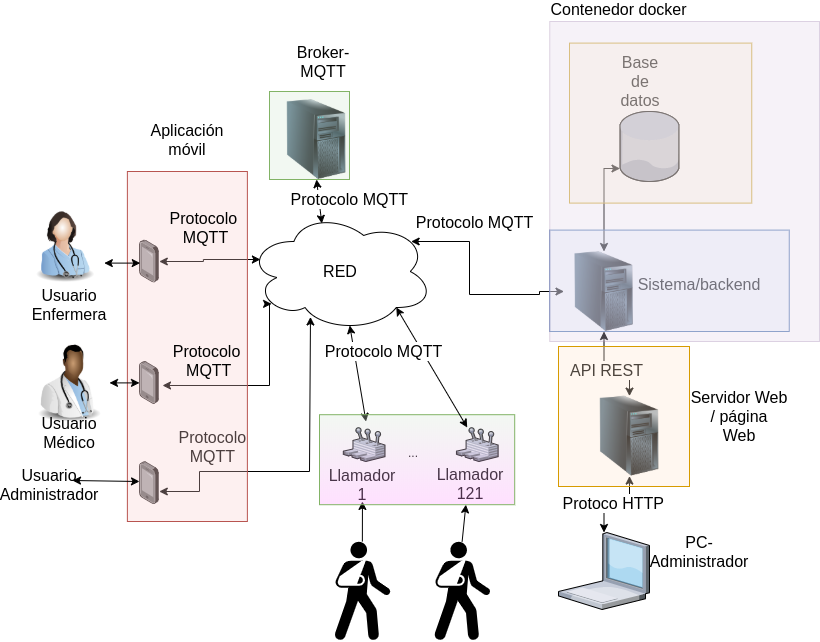
The draw.io diagram Figures/DiagramaSistemaOrganizado.png in gustavobastian/MemoriaTP, before a commit. Source tidied: cells renumbered, new cells last; positions are measured from the earlier drawing's top-left corner, leaving out a move shared by most shapes.
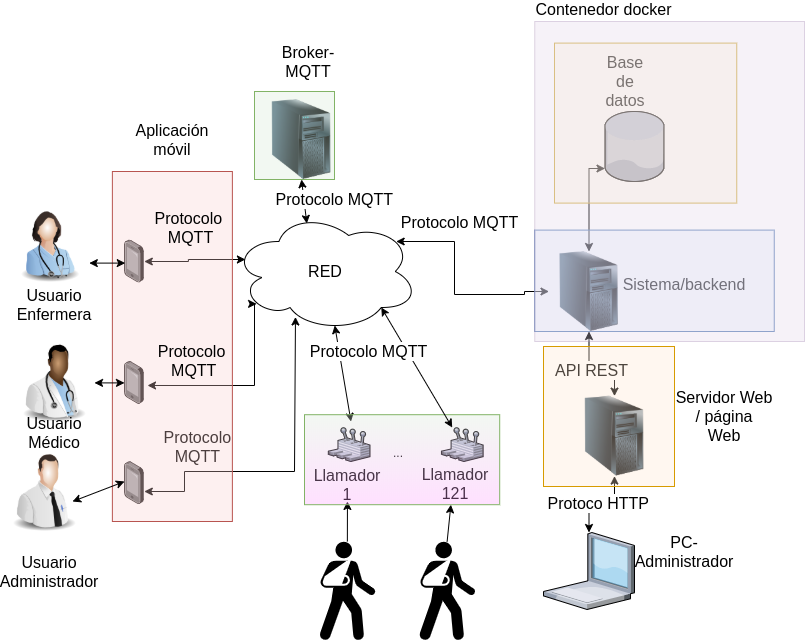
The same file after the commit.

The edit, as a diff of the source:
```diff
@@ -41,7 +41,7 @@
       <mxGeometry x="25" y="401.4" width="40" height="20" as="geometry" />
     </mxCell>
     <mxCell id="13" value="&lt;font style=&quot;font-size: 16px&quot;&gt;Usuario Administrador&lt;/font&gt;" style="text;html=1;strokeColor=none;fillColor=none;align=center;verticalAlign=middle;whiteSpace=wrap;rounded=0;" parent="1" vertex="1">
-      <mxGeometry x="5" y="453" width="40" height="20" as="geometry" />
+      <mxGeometry x="19.8" y="539.5" width="40" height="20" as="geometry" />
     </mxCell>
     <mxCell id="14" style="edgeStyle=orthogonalEdgeStyle;rounded=0;jettySize=auto;html=1;startArrow=classic;startFill=1;exitX=0.5;exitY=0;exitDx=0;exitDy=0;" parent="1" edge="1" source="23" target="3">
       <mxGeometry relative="1" as="geometry">
@@ -172,8 +172,10 @@
     <mxCell id="48" style="endArrow=classic;startArrow=classic;html=1;exitX=1;exitY=0.5;exitDx=0;exitDy=0;" parent="1" edge="1" source="46" target="28">
       <mxGeometry relative="1" as="geometry" />
     </mxCell>
-    <mxCell id="49" style="endArrow=classic;startArrow=classic;html=1;entryX=0;entryY=0.463;entryDx=0;entryDy=0;entryPerimeter=0;exitX=1.075;exitY=0.3;exitDx=0;exitDy=0;exitPerimeter=0;" parent="1" edge="1" source="13" target="29">
-      <mxGeometry relative="1" as="geometry" />
+    <mxCell id="49" style="endArrow=classic;startArrow=classic;html=1;entryX=0;entryY=0.463;entryDx=0;entryDy=0;entryPerimeter=0;" parent="1" edge="1" target="29">
+      <mxGeometry relative="1" as="geometry">
+        <mxPoint x="63" y="480" as="sourcePoint" />
+      </mxGeometry>
     </mxCell>
     <mxCell id="50" style="rounded=0;whiteSpace=wrap;html=1;fillOpacity=30;fillColor=#d5e8d4;strokeColor=#82b366;gradientColor=#FF99FF;" parent="1" vertex="1">
       <mxGeometry x="295" y="393.2" width="195.2" height="90" as="geometry" />
@@ -217,5 +219,8 @@
     <mxCell id="59" value="&lt;font style=&quot;font-size: 16px&quot;&gt;Aplicación móvil&lt;br&gt;&lt;/font&gt;" style="text;html=1;strokeColor=none;fillColor=none;align=center;verticalAlign=middle;whiteSpace=wrap;rounded=0;" parent="1" vertex="1">
       <mxGeometry x="112.9" y="93" width="100" height="50" as="geometry" />
     </mxCell>
+    <mxCell id="60" style="image;html=1;labelBackgroundColor=#ffffff;image=img/lib/clip_art/people/Tech_Man_128x128.png;" parent="1" vertex="1">
+      <mxGeometry x="-5" y="431" width="80" height="80" as="geometry" />
+    </mxCell>
   </root>
 </mxGraphModel>
```
